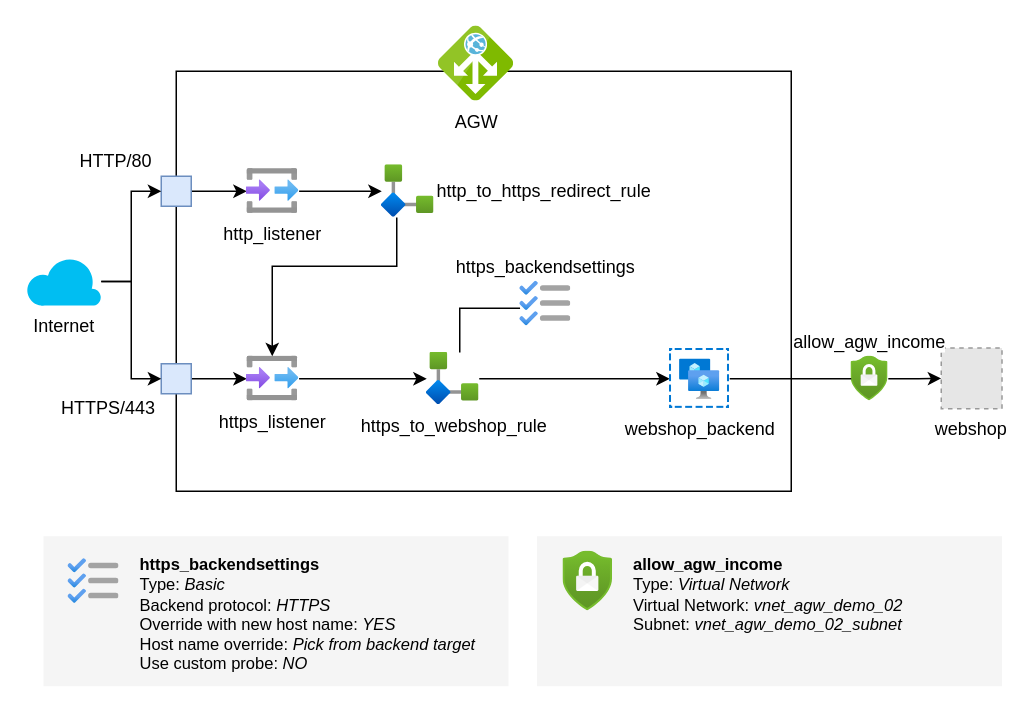
This is page "Page-2" (2 of 2) of scenario-02/scenario-02.drawio from bbtsoftware/agw-demo, a draw.io file, before an edit. Source tidied: cells renumbered, new cells numbered last; positions are measured from the earlier drawing's top-left corner, leaving out a move shared by most shapes. Both pictures are drawn from the tidied source at 150%, with x=0, y=0 at pixel (26, 26). Pictures stored in the file or linked from it are replaced by grey dashed boxes.
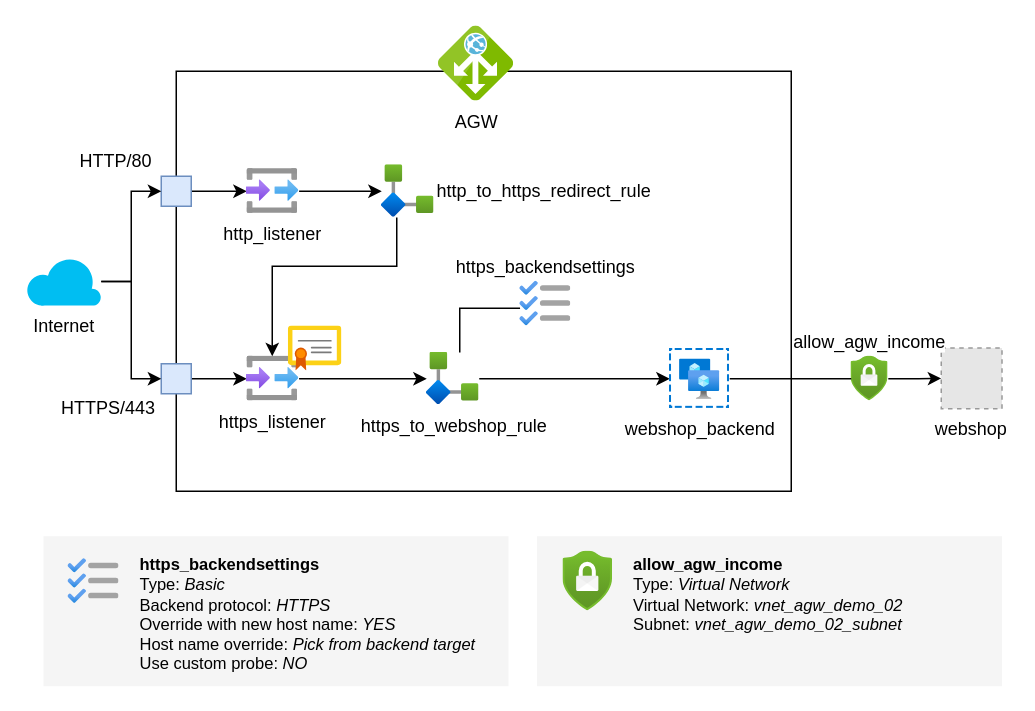
The same page after the edit.

The edit, as a diff of the source:
```diff
@@
+    <mxCell id="34" style="sketch=0;html=1;align=center;image;fontSize=12;image=img/lib/mscae/Certificate.svg;" parent="1" vertex="1">
+      <mxGeometry x="174.9" y="200" width="35.7" height="30" as="geometry" />
+    </mxCell>
```
